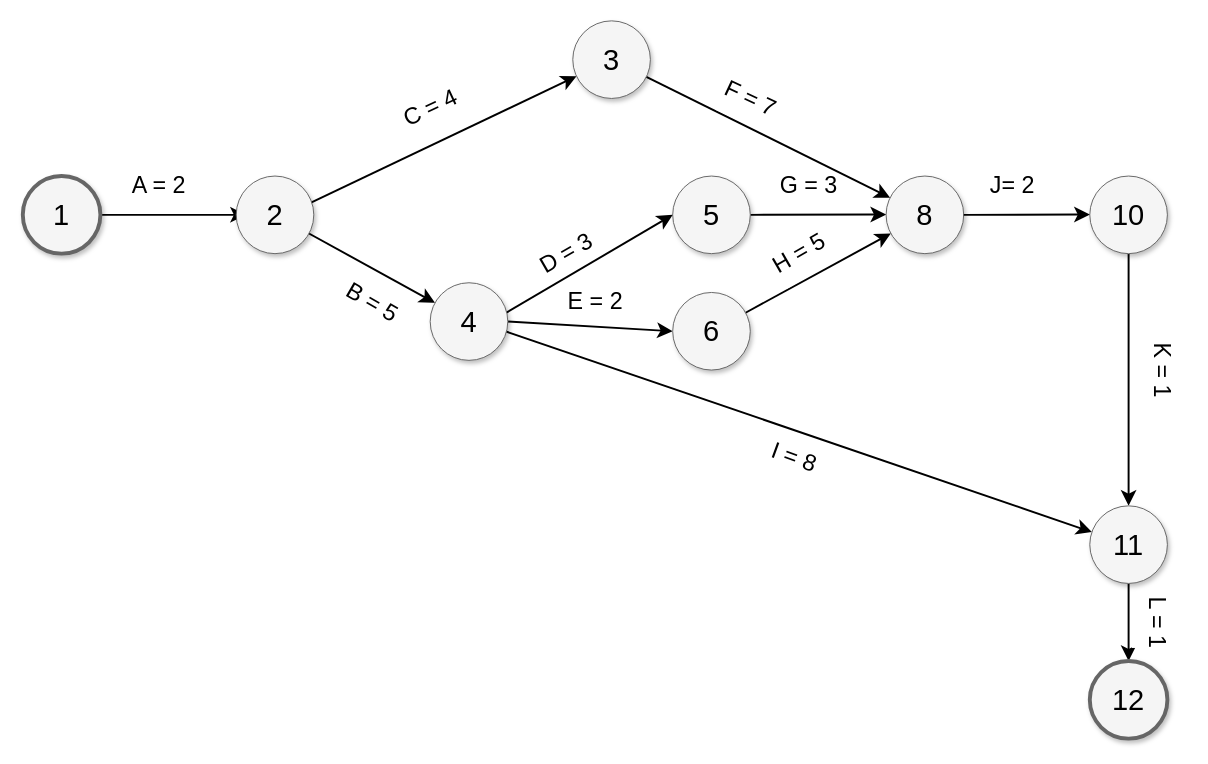
Before: 项目管理/箭线图.drawio in github2474/myDraw, a draw.io diagram. Source tidied: cells renumbered, new cells numbered last; positions are measured from the earlier drawing's top-left corner, leaving out a move shared by most shapes. Both pictures are drawn from the tidied source at 97%, with x=0, y=0 at pixel (22, 20).
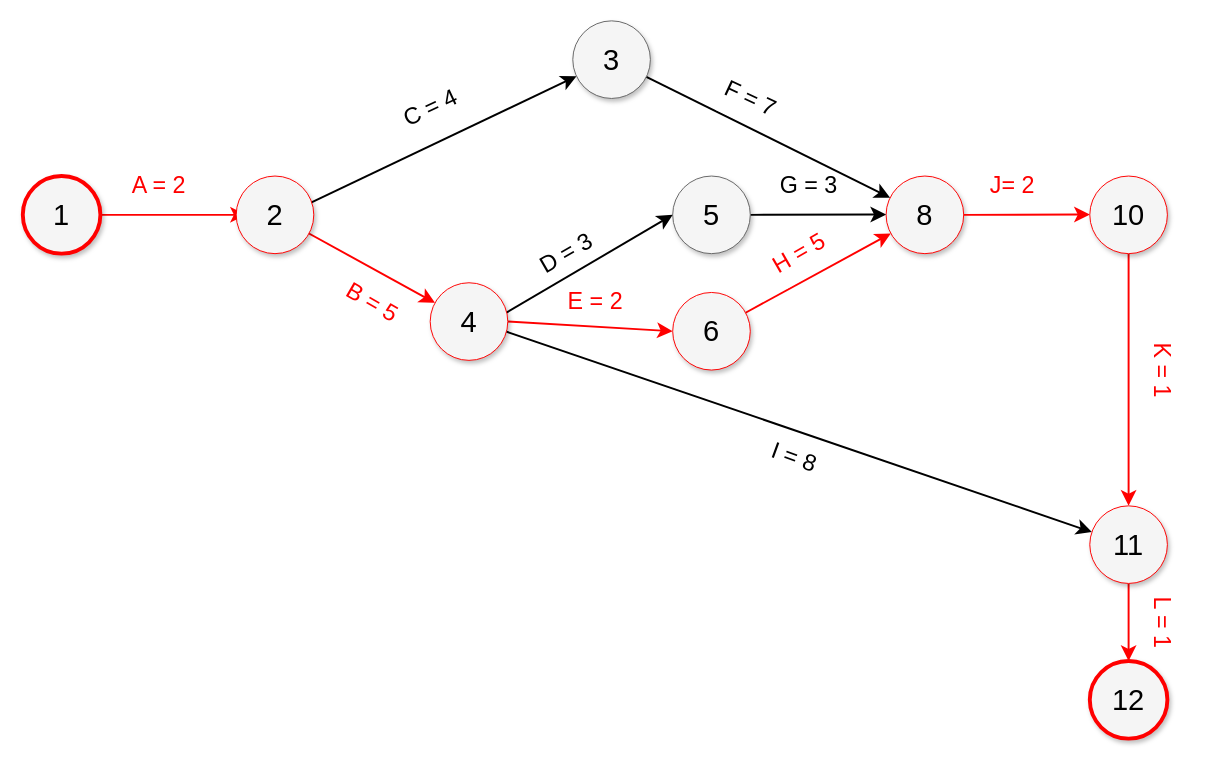
Above is the later version.

Commit message (it also covers changes not shown here):
更新箭线图.drawio

Change to the diagram source:
```diff
@@
+    <mxCell id="36" value="&lt;p&gt;&lt;font style=&quot;font-size: 24px;&quot;&gt;L = 1&lt;/font&gt;&lt;/p&gt;" style="text;html=1;align=center;verticalAlign=middle;strokeColor=none;fillColor=none;fontFamily=Helvetica;fontSize=11;fontColor=#FF0000;labelBackgroundColor=default;rotation=90;" parent="1" vertex="1">
+      <mxGeometry x="1135" y="590" width="80" height="60" as="geometry" />
+    </mxCell>
@@
-    <mxCell id="4" value="&lt;p&gt;&lt;font style=&quot;font-size: 24px;&quot;&gt;E = 2&lt;/font&gt;&lt;/p&gt;" style="text;html=1;align=center;verticalAlign=middle;strokeColor=none;fillColor=none;fontFamily=Helvetica;fontSize=11;fontColor=default;labelBackgroundColor=default;" parent="1" vertex="1">
+    <mxCell id="4" value="&lt;p&gt;&lt;font style=&quot;font-size: 24px;&quot;&gt;E = 2&lt;/font&gt;&lt;/p&gt;" style="text;html=1;align=center;verticalAlign=middle;strokeColor=none;fillColor=none;fontFamily=Helvetica;fontSize=11;fontColor=#FF0000;labelBackgroundColor=default;" parent="1" vertex="1">
       <mxGeometry x="550" y="260" width="80" height="60" as="geometry" />
     </mxCell>
@@
-    <mxCell id="6" style="edgeStyle=none;curved=1;html=1;startSize=10;endArrow=classic;endFill=1;endSize=10;strokeColor=#000000;strokeWidth=2;fontSize=12;" parent="1" edge="1" source="25">
+    <mxCell id="6" style="edgeStyle=none;curved=1;html=1;startSize=10;endArrow=classic;endFill=1;endSize=10;strokeColor=#FF0000;strokeWidth=2;fontSize=12;" parent="1" edge="1" source="25">
       <mxGeometry relative="1" as="geometry">
         <mxPoint x="230" y="200" as="targetPoint" />
       </mxGeometry>
     </mxCell>
@@
-    <mxCell id="8" style="edgeStyle=none;shape=connector;rounded=0;jumpSize=6;jettySize=auto;html=1;strokeColor=default;strokeWidth=2;align=center;verticalAlign=middle;fontFamily=Helvetica;fontSize=11;fontColor=default;labelBackgroundColor=default;startSize=10;endArrow=classic;endSize=10;" parent="1" edge="1" source="9" target="18">
+    <mxCell id="8" style="edgeStyle=none;shape=connector;rounded=0;jumpSize=6;jettySize=auto;html=1;strokeColor=#FF0000;strokeWidth=2;align=center;verticalAlign=middle;fontFamily=Helvetica;fontSize=11;fontColor=default;labelBackgroundColor=default;startSize=10;endArrow=classic;endSize=10;" parent="1" edge="1" source="9" target="18">
       <mxGeometry relative="1" as="geometry" />
     </mxCell>
-    <mxCell id="9" value="2" style="ellipse;whiteSpace=wrap;html=1;rounded=0;shadow=1;strokeColor=#666666;strokeWidth=1;fontSize=30;align=center;fillColor=#f5f5f5;" parent="1" vertex="1">
+    <mxCell id="9" value="2" style="ellipse;whiteSpace=wrap;html=1;rounded=0;shadow=1;strokeColor=#FF0000;strokeWidth=1;fontSize=30;align=center;fillColor=#f5f5f5;" parent="1" vertex="1">
       <mxGeometry x="220" y="160" width="80" height="80" as="geometry" />
     </mxCell>
-    <mxCell id="10" value="8" style="ellipse;whiteSpace=wrap;html=1;rounded=0;shadow=1;strokeColor=#666666;strokeWidth=1;fontSize=30;align=center;fillColor=#f5f5f5;" parent="1" vertex="1">
+    <mxCell id="10" value="8" style="ellipse;whiteSpace=wrap;html=1;rounded=0;shadow=1;strokeColor=#FF0000;strokeWidth=1;fontSize=30;align=center;fillColor=#f5f5f5;" parent="1" vertex="1">
       <mxGeometry x="890" y="160" width="80" height="80" as="geometry" />
     </mxCell>
@@
-    <mxCell id="16" style="edgeStyle=none;shape=connector;rounded=0;jumpSize=6;jettySize=auto;html=1;exitX=1;exitY=0.5;exitDx=0;exitDy=0;entryX=0;entryY=0.5;entryDx=0;entryDy=0;strokeColor=default;strokeWidth=2;align=center;verticalAlign=middle;fontFamily=Helvetica;fontSize=11;fontColor=default;labelBackgroundColor=default;startSize=10;endArrow=classic;endSize=10;" parent="1" edge="1" source="18" target="20">
+    <mxCell id="16" style="edgeStyle=none;shape=connector;rounded=0;jumpSize=6;jettySize=auto;html=1;exitX=1;exitY=0.5;exitDx=0;exitDy=0;entryX=0;entryY=0.5;entryDx=0;entryDy=0;strokeColor=#FF0000;strokeWidth=2;align=center;verticalAlign=middle;fontFamily=Helvetica;fontSize=11;fontColor=default;labelBackgroundColor=default;startSize=10;endArrow=classic;endSize=10;" parent="1" edge="1" source="18" target="20">
       <mxGeometry relative="1" as="geometry" />
     </mxCell>
@@
-    <mxCell id="18" value="4" style="ellipse;whiteSpace=wrap;html=1;rounded=0;shadow=1;strokeColor=#666666;strokeWidth=1;fontSize=30;align=center;fillColor=#f5f5f5;" parent="1" vertex="1">
+    <mxCell id="18" value="4" style="ellipse;whiteSpace=wrap;html=1;rounded=0;shadow=1;strokeColor=#FF0000;strokeWidth=1;fontSize=30;align=center;fillColor=#f5f5f5;" parent="1" vertex="1">
       <mxGeometry x="420" y="270" width="80" height="80" as="geometry" />
     </mxCell>
-    <mxCell id="19" style="edgeStyle=none;shape=connector;rounded=0;jumpSize=6;jettySize=auto;html=1;strokeColor=default;strokeWidth=2;align=center;verticalAlign=middle;fontFamily=Helvetica;fontSize=11;fontColor=default;labelBackgroundColor=default;startSize=10;endArrow=classic;endSize=10;" parent="1" edge="1" source="20" target="10">
+    <mxCell id="19" style="edgeStyle=none;shape=connector;rounded=0;jumpSize=6;jettySize=auto;html=1;strokeColor=#FF0000;strokeWidth=2;align=center;verticalAlign=middle;fontFamily=Helvetica;fontSize=11;fontColor=default;labelBackgroundColor=default;startSize=10;endArrow=classic;endSize=10;" parent="1" edge="1" source="20" target="10">
       <mxGeometry relative="1" as="geometry" />
     </mxCell>
-    <mxCell id="20" value="6" style="ellipse;whiteSpace=wrap;html=1;rounded=0;shadow=1;strokeColor=#666666;strokeWidth=1;fontSize=30;align=center;fillColor=#f5f5f5;" parent="1" vertex="1">
+    <mxCell id="20" value="6" style="ellipse;whiteSpace=wrap;html=1;rounded=0;shadow=1;strokeColor=#FF0000;strokeWidth=1;fontSize=30;align=center;fillColor=#f5f5f5;" parent="1" vertex="1">
       <mxGeometry x="670" y="280" width="80" height="80" as="geometry" />
     </mxCell>
-    <mxCell id="21" value="&lt;p&gt;&lt;font style=&quot;font-size: 24px;&quot;&gt;A = 2&lt;/font&gt;&lt;/p&gt;" style="text;html=1;align=center;verticalAlign=middle;strokeColor=none;fillColor=none;fontFamily=Helvetica;fontSize=11;fontColor=default;labelBackgroundColor=default;" parent="1" vertex="1">
+    <mxCell id="21" value="&lt;p&gt;&lt;font style=&quot;font-size: 24px;&quot;&gt;A = 2&lt;/font&gt;&lt;/p&gt;" style="text;html=1;align=center;verticalAlign=middle;strokeColor=none;fillColor=none;fontFamily=Helvetica;fontSize=11;fontColor=#FF0000;labelBackgroundColor=default;" parent="1" vertex="1">
       <mxGeometry x="100" y="140" width="80" height="60" as="geometry" />
     </mxCell>
@@
-    <mxCell id="23" value="&lt;p&gt;&lt;font style=&quot;font-size: 24px;&quot;&gt;B = 5&lt;/font&gt;&lt;/p&gt;" style="text;html=1;align=center;verticalAlign=middle;strokeColor=none;fillColor=none;fontFamily=Helvetica;fontSize=11;fontColor=default;labelBackgroundColor=default;rotation=30;" parent="1" vertex="1">
+    <mxCell id="23" value="&lt;p&gt;&lt;font style=&quot;font-size: 24px;&quot;&gt;B = 5&lt;/font&gt;&lt;/p&gt;" style="text;html=1;align=center;verticalAlign=middle;strokeColor=none;fillColor=none;fontFamily=Helvetica;fontSize=11;fontColor=#FF0000;labelBackgroundColor=default;rotation=30;" parent="1" vertex="1">
       <mxGeometry x="320" y="260" width="80" height="60" as="geometry" />
     </mxCell>
@@
-    <mxCell id="25" value="1" style="ellipse;whiteSpace=wrap;html=1;rounded=0;shadow=1;strokeColor=#666666;strokeWidth=4;fontSize=30;align=center;fillColor=#f5f5f5;" parent="1" vertex="1">
+    <mxCell id="25" value="1" style="ellipse;whiteSpace=wrap;html=1;rounded=0;shadow=1;strokeColor=#FF0000;strokeWidth=4;fontSize=30;align=center;fillColor=#f5f5f5;" parent="1" vertex="1">
       <mxGeometry y="160" width="80" height="80" as="geometry" />
     </mxCell>
@@
-    <mxCell id="27" value="&lt;p&gt;&lt;font style=&quot;font-size: 24px;&quot;&gt;H = 5&lt;/font&gt;&lt;/p&gt;" style="text;html=1;align=center;verticalAlign=middle;strokeColor=none;fillColor=none;fontFamily=Helvetica;fontSize=11;fontColor=default;labelBackgroundColor=default;rotation=-30;" parent="1" vertex="1">
+    <mxCell id="27" value="&lt;p&gt;&lt;font style=&quot;font-size: 24px;&quot;&gt;H = 5&lt;/font&gt;&lt;/p&gt;" style="text;html=1;align=center;verticalAlign=middle;strokeColor=none;fillColor=none;fontFamily=Helvetica;fontSize=11;fontColor=#FF0000;labelBackgroundColor=default;rotation=-30;" parent="1" vertex="1">
       <mxGeometry x="760" y="210" width="80" height="60" as="geometry" />
     </mxCell>
-    <mxCell id="28" style="edgeStyle=none;shape=connector;rounded=0;jumpSize=6;jettySize=auto;html=1;strokeColor=default;strokeWidth=2;align=center;verticalAlign=middle;fontFamily=Helvetica;fontSize=11;fontColor=default;labelBackgroundColor=default;startSize=10;endArrow=classic;endSize=10;" parent="1" edge="1" source="29" target="33">
+    <mxCell id="28" style="edgeStyle=none;shape=connector;rounded=0;jumpSize=6;jettySize=auto;html=1;strokeColor=#FF0000;strokeWidth=2;align=center;verticalAlign=middle;fontFamily=Helvetica;fontSize=11;fontColor=default;labelBackgroundColor=default;startSize=10;endArrow=classic;endSize=10;" parent="1" edge="1" source="29" target="33">
       <mxGeometry relative="1" as="geometry" />
     </mxCell>
-    <mxCell id="29" value="10" style="ellipse;whiteSpace=wrap;html=1;rounded=0;shadow=1;strokeColor=#666666;strokeWidth=1;fontSize=30;align=center;fillColor=#f5f5f5;" parent="1" vertex="1">
+    <mxCell id="29" value="10" style="ellipse;whiteSpace=wrap;html=1;rounded=0;shadow=1;strokeColor=#FF0000;strokeWidth=1;fontSize=30;align=center;fillColor=#f5f5f5;" parent="1" vertex="1">
       <mxGeometry x="1100" y="160" width="80" height="80" as="geometry" />
     </mxCell>
-    <mxCell id="30" style="edgeStyle=none;shape=connector;rounded=0;jumpSize=6;orthogonalLoop=1;jettySize=auto;html=1;exitX=1;exitY=0.5;exitDx=0;exitDy=0;strokeColor=default;strokeWidth=2;align=center;verticalAlign=middle;fontFamily=Helvetica;fontSize=11;fontColor=default;labelBackgroundColor=default;startSize=10;endArrow=classic;endSize=10;" parent="1" edge="1">
+    <mxCell id="30" style="edgeStyle=none;shape=connector;rounded=0;jumpSize=6;orthogonalLoop=1;jettySize=auto;html=1;exitX=1;exitY=0.5;exitDx=0;exitDy=0;strokeColor=#FF0000;strokeWidth=2;align=center;verticalAlign=middle;fontFamily=Helvetica;fontSize=11;fontColor=default;labelBackgroundColor=default;startSize=10;endArrow=classic;endSize=10;" parent="1" edge="1">
       <mxGeometry relative="1" as="geometry">
         <mxPoint x="970" y="200" as="sourcePoint" />
         <mxPoint x="1100" y="199.7" as="targetPoint" />
       </mxGeometry>
     </mxCell>
-    <mxCell id="31" value="&lt;p&gt;&lt;font style=&quot;font-size: 24px;&quot;&gt;J= 2&lt;/font&gt;&lt;/p&gt;" style="text;html=1;align=center;verticalAlign=middle;strokeColor=none;fillColor=none;fontFamily=Helvetica;fontSize=11;fontColor=default;labelBackgroundColor=default;" parent="1" vertex="1">
+    <mxCell id="31" value="&lt;p&gt;&lt;font style=&quot;font-size: 24px;&quot;&gt;J= 2&lt;/font&gt;&lt;/p&gt;" style="text;html=1;align=center;verticalAlign=middle;strokeColor=none;fillColor=none;fontFamily=Helvetica;fontSize=11;fontColor=#FF0000;labelBackgroundColor=default;" parent="1" vertex="1">
       <mxGeometry x="985" y="140" width="70" height="60" as="geometry" />
     </mxCell>
-    <mxCell id="32" style="edgeStyle=none;shape=connector;rounded=0;jumpSize=6;jettySize=auto;html=1;strokeColor=default;strokeWidth=2;align=center;verticalAlign=middle;fontFamily=Helvetica;fontSize=11;fontColor=default;labelBackgroundColor=default;startSize=10;endArrow=classic;endSize=10;" parent="1" edge="1" source="33" target="35">
+    <mxCell id="32" style="edgeStyle=none;shape=connector;rounded=0;jumpSize=6;jettySize=auto;html=1;strokeColor=#ff0000;strokeWidth=2;align=center;verticalAlign=middle;fontFamily=Helvetica;fontSize=11;fontColor=default;labelBackgroundColor=default;startSize=10;endArrow=classic;endSize=10;" parent="1" edge="1" source="33" target="35">
       <mxGeometry relative="1" as="geometry" />
     </mxCell>
-    <mxCell id="33" value="11" style="ellipse;whiteSpace=wrap;html=1;rounded=0;shadow=1;strokeColor=#666666;strokeWidth=1;fontSize=30;align=center;fillColor=#f5f5f5;" parent="1" vertex="1">
+    <mxCell id="33" value="11" style="ellipse;whiteSpace=wrap;html=1;rounded=0;shadow=1;strokeColor=#FF0000;strokeWidth=1;fontSize=30;align=center;fillColor=#f5f5f5;" parent="1" vertex="1">
       <mxGeometry x="1100" y="500" width="80" height="80" as="geometry" />
     </mxCell>
-    <mxCell id="34" value="&lt;p&gt;&lt;font style=&quot;font-size: 24px;&quot;&gt;K = 1&lt;/font&gt;&lt;/p&gt;" style="text;html=1;align=center;verticalAlign=middle;strokeColor=none;fillColor=none;fontFamily=Helvetica;fontSize=11;fontColor=default;labelBackgroundColor=default;rotation=90;" parent="1" vertex="1">
+    <mxCell id="34" value="&lt;p&gt;&lt;font style=&quot;font-size: 24px;&quot;&gt;K = 1&lt;/font&gt;&lt;/p&gt;" style="text;html=1;align=center;verticalAlign=middle;strokeColor=none;fillColor=none;fontFamily=Helvetica;fontSize=11;fontColor=#FF0000;labelBackgroundColor=default;rotation=90;" parent="1" vertex="1">
       <mxGeometry x="1135" y="330" width="80" height="60" as="geometry" />
     </mxCell>
-    <mxCell id="35" value="12" style="ellipse;whiteSpace=wrap;html=1;rounded=0;shadow=1;strokeColor=#666666;strokeWidth=4;fontSize=30;align=center;fillColor=#f5f5f5;" parent="1" vertex="1">
+    <mxCell id="35" value="12" style="ellipse;whiteSpace=wrap;html=1;rounded=0;shadow=1;strokeColor=#ff0000;strokeWidth=4;fontSize=30;align=center;fillColor=#f5f5f5;" parent="1" vertex="1">
       <mxGeometry x="1100" y="660" width="80" height="80" as="geometry" />
     </mxCell>
-    <mxCell id="36" value="&lt;p&gt;&lt;font style=&quot;font-size: 24px;&quot;&gt;L = 1&lt;/font&gt;&lt;/p&gt;" style="text;html=1;align=center;verticalAlign=middle;strokeColor=none;fillColor=none;fontFamily=Helvetica;fontSize=11;fontColor=default;labelBackgroundColor=default;rotation=90;" parent="1" vertex="1">
-      <mxGeometry x="1130" y="590" width="80" height="60" as="geometry" />
-    </mxCell>
```
